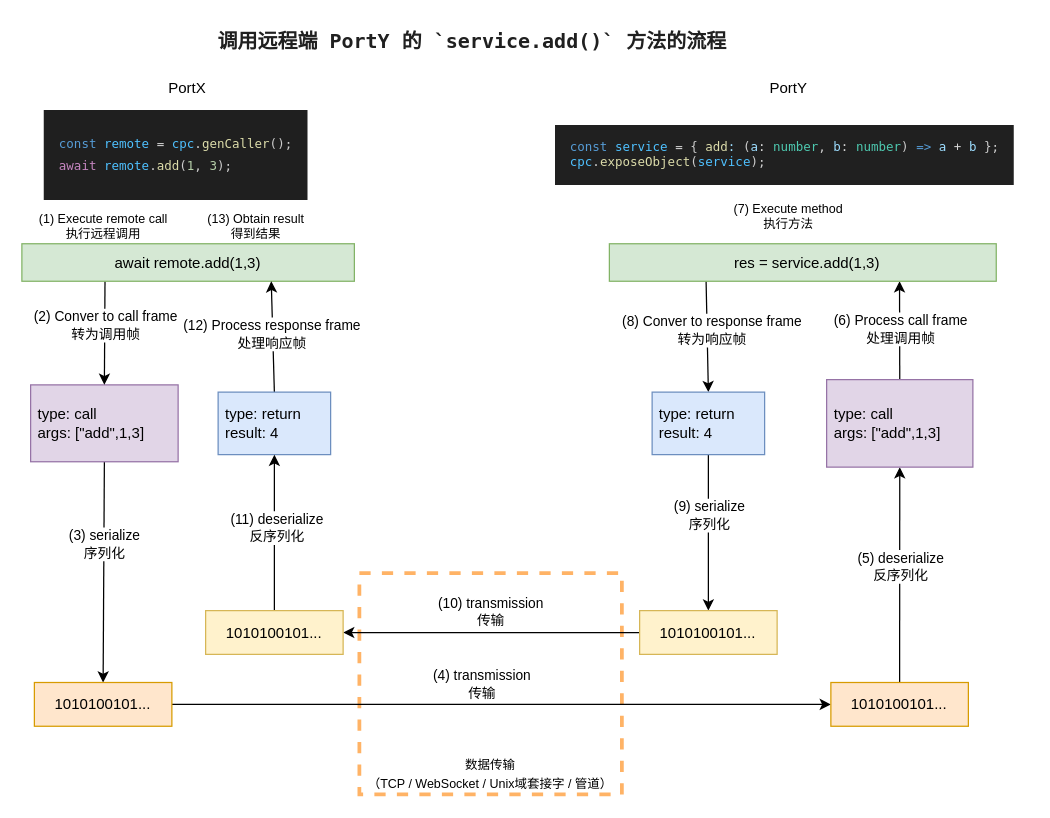
Earlier version of the draw.io diagram docs/rpc.drawio (asnowc/cpcall). Source tidied: cells renumbered, new cells numbered last; positions are measured from the earlier drawing's top-left corner, leaving out a move shared by most shapes. Both pictures are drawn from the tidied source at 125%, with x=0, y=0 at pixel (21, 22).
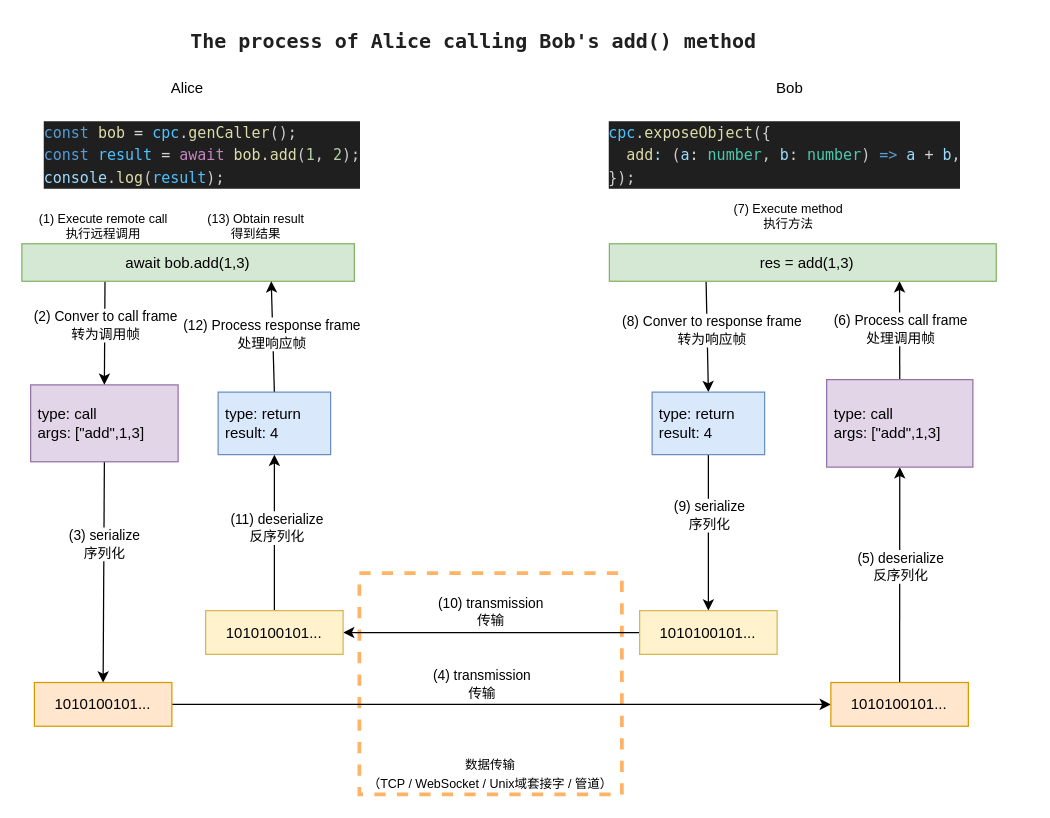
The same diagram, later.

What changed in the source:
```diff
@@
-    <mxCell id="8" value="&lt;span style=&quot;&quot;&gt;await remote.add(1,3)&lt;/span&gt;" style="rounded=0;whiteSpace=wrap;html=1;fillColor=#d5e8d4;strokeColor=#82b366;" parent="1" vertex="1">
+    <mxCell id="8" value="&lt;span style=&quot;&quot;&gt;await bob.add(1,3)&lt;/span&gt;" style="rounded=0;whiteSpace=wrap;html=1;fillColor=#d5e8d4;strokeColor=#82b366;" parent="1" vertex="1">
       <mxGeometry y="176.5" width="266" height="30" as="geometry" />
     </mxCell>
@@
-    <mxCell id="20" value="&lt;span style=&quot;&quot;&gt;&amp;nbsp; res = service.add(1,3)&lt;/span&gt;" style="rounded=0;whiteSpace=wrap;html=1;fillColor=#d5e8d4;strokeColor=#82b366;" parent="1" vertex="1">
+    <mxCell id="20" value="&lt;span style=&quot;&quot;&gt;&amp;nbsp; res = add(1,3)&lt;/span&gt;" style="rounded=0;whiteSpace=wrap;html=1;fillColor=#d5e8d4;strokeColor=#82b366;" parent="1" vertex="1">
       <mxGeometry x="470" y="176.5" width="309.5" height="30" as="geometry" />
     </mxCell>
-    <mxCell id="21" value="PortY" style="text;html=1;align=center;verticalAlign=middle;strokeColor=none;fillColor=none;" parent="1" vertex="1">
-      <mxGeometry x="588" y="37" width="50" height="30" as="geometry" />
+    <mxCell id="21" value="Bob" style="text;html=1;align=center;verticalAlign=middle;strokeColor=none;fillColor=none;" parent="1" vertex="1">
+      <mxGeometry x="594" y="39" width="39" height="26" as="geometry" />
     </mxCell>
-    <mxCell id="22" value="PortX" style="text;html=1;align=center;verticalAlign=middle;strokeColor=none;fillColor=none;" parent="1" vertex="1">
-      <mxGeometry x="107" y="37" width="50" height="30" as="geometry" />
+    <mxCell id="22" value="Alice" style="text;html=1;align=center;verticalAlign=middle;strokeColor=none;fillColor=none;" parent="1" vertex="1">
+      <mxGeometry x="110" y="39" width="44" height="26" as="geometry" />
     </mxCell>
@@
-    <mxCell id="38" value="&lt;div style=&quot;color: rgb(204, 204, 204); background-color: rgb(31, 31, 31); font-family: Menlo, Monaco, &amp;quot;Courier New&amp;quot;, monospace; line-height: 18px; font-size: 10px;&quot;&gt;&lt;br&gt;&lt;div&gt;&lt;span style=&quot;color: rgb(86, 156, 214);&quot;&gt;&amp;nbsp; const&lt;/span&gt;&lt;span style=&quot;&quot;&gt; &lt;/span&gt;&lt;span style=&quot;color: rgb(79, 193, 255);&quot;&gt;remote&lt;/span&gt;&lt;span style=&quot;&quot;&gt; &lt;/span&gt;&lt;span style=&quot;color: rgb(212, 212, 212);&quot;&gt;=&lt;/span&gt;&lt;span style=&quot;&quot;&gt; &lt;/span&gt;&lt;span style=&quot;color: rgb(79, 193, 255);&quot;&gt;cpc&lt;/span&gt;&lt;span style=&quot;&quot;&gt;.&lt;/span&gt;&lt;span style=&quot;color: rgb(220, 220, 170);&quot;&gt;genCaller&lt;/span&gt;&lt;span style=&quot;&quot;&gt;()&lt;/span&gt;&lt;span style=&quot;&quot;&gt;;&amp;nbsp;&amp;nbsp;&lt;/span&gt;&lt;br&gt;&lt;span style=&quot;color: rgb(197, 134, 192);&quot;&gt;&amp;nbsp; await&lt;/span&gt;&lt;span style=&quot;&quot;&gt; &lt;/span&gt;&lt;span style=&quot;color: rgb(79, 193, 255);&quot;&gt;remote&lt;/span&gt;&lt;span style=&quot;&quot;&gt;.&lt;/span&gt;&lt;span style=&quot;color: rgb(220, 220, 170);&quot;&gt;add&lt;/span&gt;&lt;span style=&quot;&quot;&gt;(&lt;/span&gt;&lt;span style=&quot;color: rgb(181, 206, 168);&quot;&gt;1&lt;/span&gt;&lt;span style=&quot;&quot;&gt;, &lt;/span&gt;&lt;span style=&quot;color: rgb(181, 206, 168);&quot;&gt;3&lt;/span&gt;&lt;span style=&quot;&quot;&gt;);&lt;/span&gt;&amp;nbsp;&amp;nbsp;&lt;/div&gt;&lt;div&gt;&lt;br&gt;&lt;/div&gt;&lt;/div&gt;" style="text;html=1;align=left;verticalAlign=middle;strokeColor=none;fillColor=none;fontSize=11;fontColor=default;spacingLeft=3;" parent="1" vertex="1">
-      <mxGeometry x="13" y="60" width="240" height="90" as="geometry" />
+    <mxCell id="38" value="&lt;div style=&quot;color: rgb(204, 204, 204); background-color: rgb(31, 31, 31); font-family: Menlo, Monaco, &amp;quot;Courier New&amp;quot;, monospace; line-height: 18px; font-size: 10px;&quot;&gt;&lt;div&gt;&lt;div style=&quot;color: rgb(204, 204, 204); font-size: 12px; line-height: 18px; white-space-collapse: preserve;&quot;&gt;&lt;div&gt;&lt;span style=&quot;color: #569cd6;&quot;&gt;const&lt;/span&gt;&lt;span style=&quot;color: #cccccc;&quot;&gt; &lt;/span&gt;&lt;span style=&quot;color: #dcdcaa;&quot;&gt;bob&lt;/span&gt;&lt;span style=&quot;color: #cccccc;&quot;&gt; &lt;/span&gt;&lt;span style=&quot;color: #d4d4d4;&quot;&gt;=&lt;/span&gt;&lt;span style=&quot;color: #cccccc;&quot;&gt; &lt;/span&gt;&lt;span style=&quot;color: #4fc1ff;&quot;&gt;cpc&lt;/span&gt;&lt;span style=&quot;color: #cccccc;&quot;&gt;.&lt;/span&gt;&lt;span style=&quot;color: #dcdcaa;&quot;&gt;genCaller&lt;/span&gt;&lt;span style=&quot;color: #cccccc;&quot;&gt;();&lt;/span&gt;&lt;/div&gt;&lt;div&gt;&lt;span style=&quot;color: #569cd6;&quot;&gt;const&lt;/span&gt;&lt;span style=&quot;color: #cccccc;&quot;&gt; &lt;/span&gt;&lt;span style=&quot;color: #4fc1ff;&quot;&gt;result&lt;/span&gt;&lt;span style=&quot;color: #cccccc;&quot;&gt; &lt;/span&gt;&lt;span style=&quot;color: #d4d4d4;&quot;&gt;=&lt;/span&gt;&lt;span style=&quot;color: #cccccc;&quot;&gt; &lt;/span&gt;&lt;span style=&quot;color: #c586c0;&quot;&gt;await&lt;/span&gt;&lt;span style=&quot;color: #cccccc;&quot;&gt; &lt;/span&gt;&lt;span style=&quot;color: #dcdcaa;&quot;&gt;bob&lt;/span&gt;&lt;span style=&quot;color: #cccccc;&quot;&gt;.&lt;/span&gt;&lt;span style=&quot;color: #dcdcaa;&quot;&gt;add&lt;/span&gt;&lt;span style=&quot;color: #cccccc;&quot;&gt;(&lt;/span&gt;&lt;span style=&quot;color: #b5cea8;&quot;&gt;1&lt;/span&gt;&lt;span style=&quot;color: #cccccc;&quot;&gt;, &lt;/span&gt;&lt;span style=&quot;color: #b5cea8;&quot;&gt;2&lt;/span&gt;&lt;span style=&quot;color: #cccccc;&quot;&gt;);&lt;/span&gt;&lt;/div&gt;&lt;div&gt;&lt;span style=&quot;color: #9cdcfe;&quot;&gt;console&lt;/span&gt;&lt;span style=&quot;color: #cccccc;&quot;&gt;.&lt;/span&gt;&lt;span style=&quot;color: #dcdcaa;&quot;&gt;log&lt;/span&gt;&lt;span style=&quot;color: #cccccc;&quot;&gt;(&lt;/span&gt;&lt;span style=&quot;color: #4fc1ff;&quot;&gt;result&lt;/span&gt;&lt;span style=&quot;color: #cccccc;&quot;&gt;);&lt;/span&gt;&lt;/div&gt;&lt;/div&gt;&lt;/div&gt;&lt;/div&gt;" style="text;html=1;align=left;verticalAlign=middle;strokeColor=none;fillColor=none;fontSize=11;fontColor=default;spacingLeft=3;" parent="1" vertex="1">
+      <mxGeometry x="13" y="72" width="272" height="66" as="geometry" />
     </mxCell>
-    <mxCell id="39" value="&lt;div style=&quot;border-color: var(--border-color); color: rgb(204, 204, 204); font-family: Menlo, Monaco, &amp;quot;Courier New&amp;quot;, monospace; text-align: left; font-size: 10px;&quot;&gt;&lt;span style=&quot;border-color: var(--border-color); color: rgb(86, 156, 214);&quot;&gt;&lt;font style=&quot;font-size: 10px;&quot;&gt;&amp;nbsp;&amp;nbsp;&lt;/font&gt;&lt;/span&gt;&lt;/div&gt;&lt;div style=&quot;border-color: var(--border-color); color: rgb(204, 204, 204); font-family: Menlo, Monaco, &amp;quot;Courier New&amp;quot;, monospace; text-align: left; font-size: 10px;&quot;&gt;&lt;font style=&quot;font-size: 10px;&quot;&gt;&lt;span style=&quot;border-color: var(--border-color); color: rgb(86, 156, 214);&quot;&gt;&amp;nbsp;&lt;font style=&quot;font-size: 10px;&quot;&gt; const&lt;/font&gt;&lt;/span&gt;&lt;font style=&quot;font-size: 10px;&quot;&gt;&amp;nbsp;&lt;span style=&quot;border-color: var(--border-color); color: rgb(79, 193, 255);&quot;&gt;service&lt;/span&gt;&amp;nbsp;&lt;span style=&quot;border-color: var(--border-color); color: rgb(212, 212, 212);&quot;&gt;=&lt;/span&gt;&amp;nbsp;{&amp;nbsp;&lt;span style=&quot;border-color: var(--border-color); color: rgb(220, 220, 170);&quot;&gt;add&lt;/span&gt;&lt;span style=&quot;border-color: var(--border-color); color: rgb(156, 220, 254);&quot;&gt;:&lt;/span&gt;&amp;nbsp;(&lt;span style=&quot;border-color: var(--border-color); color: rgb(156, 220, 254);&quot;&gt;a&lt;/span&gt;&lt;span style=&quot;border-color: var(--border-color); color: rgb(212, 212, 212);&quot;&gt;:&lt;/span&gt;&amp;nbsp;&lt;span style=&quot;border-color: var(--border-color); color: rgb(78, 201, 176);&quot;&gt;number&lt;/span&gt;,&amp;nbsp;&lt;span style=&quot;border-color: var(--border-color); color: rgb(156, 220, 254);&quot;&gt;b&lt;/span&gt;&lt;span style=&quot;border-color: var(--border-color); color: rgb(212, 212, 212);&quot;&gt;:&lt;/span&gt;&amp;nbsp;&lt;span style=&quot;border-color: var(--border-color); color: rgb(78, 201, 176);&quot;&gt;number&lt;/span&gt;)&amp;nbsp;&lt;span style=&quot;border-color: var(--border-color); color: rgb(86, 156, 214);&quot;&gt;=&amp;gt;&lt;/span&gt;&amp;nbsp;&lt;span style=&quot;border-color: var(--border-color); color: rgb(156, 220, 254);&quot;&gt;a&lt;/span&gt;&amp;nbsp;&lt;span style=&quot;border-color: var(--border-color); color: rgb(212, 212, 212);&quot;&gt;+&lt;/span&gt;&amp;nbsp;&lt;span style=&quot;border-color: var(--border-color); color: rgb(156, 220, 254);&quot;&gt;b&lt;/span&gt;&amp;nbsp;};&amp;nbsp;&amp;nbsp;&lt;/font&gt;&lt;/font&gt;&lt;/div&gt;&lt;div style=&quot;border-color: var(--border-color); color: rgb(204, 204, 204); font-family: Menlo, Monaco, &amp;quot;Courier New&amp;quot;, monospace; text-align: left; font-size: 10px;&quot;&gt;&lt;font style=&quot;font-size: 10px;&quot;&gt;&lt;span style=&quot;border-color: var(--border-color); color: rgb(79, 193, 255);&quot;&gt;&amp;nbsp; cpc&lt;/span&gt;.&lt;span style=&quot;border-color: var(--border-color); color: rgb(220, 220, 170);&quot;&gt;exposeObject&lt;/span&gt;(&lt;span style=&quot;border-color: var(--border-color); color: rgb(79, 193, 255);&quot;&gt;service&lt;/span&gt;);&lt;/font&gt;&lt;/div&gt;&lt;div style=&quot;font-size: 10px;&quot;&gt;&lt;br&gt;&lt;/div&gt;" style="text;html=1;align=center;verticalAlign=middle;strokeColor=none;fillColor=none;fontSize=11;fontColor=default;labelBackgroundColor=#202020;" parent="1" vertex="1">
-      <mxGeometry x="415" y="75" width="390" height="60" as="geometry" />
+    <mxCell id="39" value="&lt;div style=&quot;border-color: var(--border-color); color: rgb(204, 204, 204); font-family: Menlo, Monaco, &amp;quot;Courier New&amp;quot;, monospace; text-align: left; font-size: 10px;&quot;&gt;&lt;div style=&quot;color: rgb(204, 204, 204); background-color: rgb(31, 31, 31); font-size: 12px; line-height: 18px; white-space-collapse: preserve;&quot;&gt;&lt;div&gt;&lt;span style=&quot;color: #4fc1ff;&quot;&gt;cpc&lt;/span&gt;&lt;span style=&quot;color: #cccccc;&quot;&gt;.&lt;/span&gt;&lt;span style=&quot;color: #dcdcaa;&quot;&gt;exposeObject&lt;/span&gt;&lt;span style=&quot;color: #cccccc;&quot;&gt;({&lt;/span&gt;&lt;/div&gt;&lt;div&gt;&lt;span style=&quot;color: #cccccc;&quot;&gt;  &lt;/span&gt;&lt;span style=&quot;color: #dcdcaa;&quot;&gt;add&lt;/span&gt;&lt;span style=&quot;color: #9cdcfe;&quot;&gt;:&lt;/span&gt;&lt;span style=&quot;color: #cccccc;&quot;&gt; (&lt;/span&gt;&lt;span style=&quot;color: #9cdcfe;&quot;&gt;a&lt;/span&gt;&lt;span style=&quot;color: #d4d4d4;&quot;&gt;:&lt;/span&gt;&lt;span style=&quot;color: #cccccc;&quot;&gt; &lt;/span&gt;&lt;span style=&quot;color: #4ec9b0;&quot;&gt;number&lt;/span&gt;&lt;span style=&quot;color: #cccccc;&quot;&gt;, &lt;/span&gt;&lt;span style=&quot;color: #9cdcfe;&quot;&gt;b&lt;/span&gt;&lt;span style=&quot;color: #d4d4d4;&quot;&gt;:&lt;/span&gt;&lt;span style=&quot;color: #cccccc;&quot;&gt; &lt;/span&gt;&lt;span style=&quot;color: #4ec9b0;&quot;&gt;number&lt;/span&gt;&lt;span style=&quot;color: #cccccc;&quot;&gt;) &lt;/span&gt;&lt;span style=&quot;color: #569cd6;&quot;&gt;=&amp;gt;&lt;/span&gt;&lt;span style=&quot;color: #cccccc;&quot;&gt; &lt;/span&gt;&lt;span style=&quot;color: #9cdcfe;&quot;&gt;a&lt;/span&gt;&lt;span style=&quot;color: #cccccc;&quot;&gt; &lt;/span&gt;&lt;span style=&quot;color: #d4d4d4;&quot;&gt;+&lt;/span&gt;&lt;span style=&quot;color: #cccccc;&quot;&gt; &lt;/span&gt;&lt;span style=&quot;color: #9cdcfe;&quot;&gt;b&lt;/span&gt;&lt;span style=&quot;color: #cccccc;&quot;&gt;,&lt;/span&gt;&lt;/div&gt;&lt;div&gt;&lt;span style=&quot;color: #cccccc;&quot;&gt;});&lt;/span&gt;&lt;/div&gt;&lt;/div&gt;&lt;/div&gt;" style="text;html=1;align=center;verticalAlign=middle;strokeColor=none;fillColor=none;fontSize=11;fontColor=default;labelBackgroundColor=#202020;" parent="1" vertex="1">
+      <mxGeometry x="460" y="72" width="300" height="66" as="geometry" />
     </mxCell>
-    <mxCell id="40" value="&lt;div style=&quot;font-family: Menlo, Monaco, &amp;quot;Courier New&amp;quot;, monospace; line-height: 18px;&quot;&gt;&lt;font size=&quot;1&quot; color=&quot;#202020&quot;&gt;&lt;b style=&quot;font-size: 16px;&quot;&gt;调用远程端 PortY 的 `service.add()` 方法的流程&lt;/b&gt;&lt;/font&gt;&lt;/div&gt;" style="text;html=1;align=center;verticalAlign=middle;strokeColor=none;fillColor=none;" parent="1" vertex="1">
-      <mxGeometry x="145" width="430" height="30" as="geometry" />
+    <mxCell id="40" value="&lt;div style=&quot;font-family: Menlo, Monaco, &amp;quot;Courier New&amp;quot;, monospace; line-height: 18px;&quot;&gt;&lt;font size=&quot;1&quot; color=&quot;#202020&quot;&gt;&lt;b style=&quot;font-size: 16px;&quot;&gt;The process of Alice calling Bob's add() method&lt;/b&gt;&lt;/font&gt;&lt;/div&gt;" style="text;html=1;align=center;verticalAlign=middle;strokeColor=none;fillColor=none;" parent="1" vertex="1">
+      <mxGeometry x="125" y="-1" width="471" height="32" as="geometry" />
     </mxCell>
```
